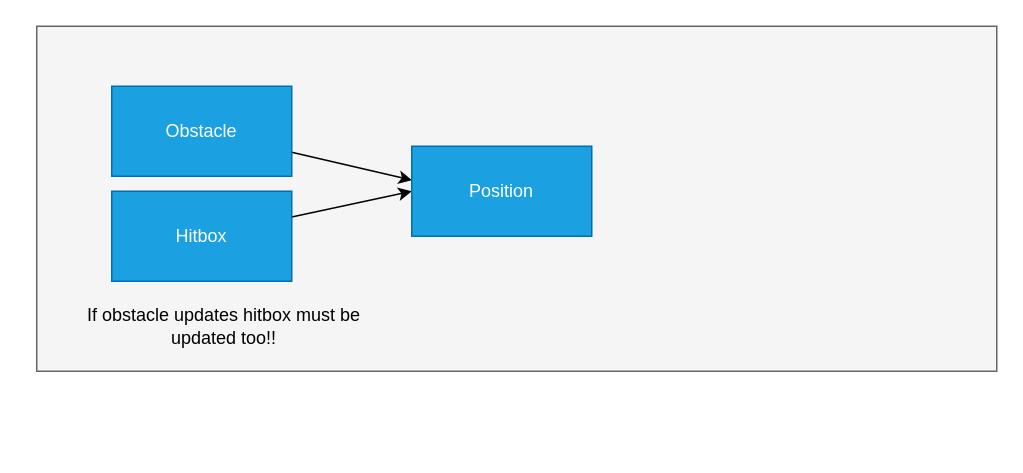
teko-L-TIN-22-Di-a/jump-dude keeps this draw.io diagram as page "Hitbox" (2 of 2) of docs/diagram.drawio. Above is the earlier version. Source tidied: cells renumbered, new cells numbered last; positions are measured from the earlier drawing's top-left corner, leaving out a move shared by most shapes. Both pictures are drawn from the tidied source at 150%, with x=0, y=0 at pixel (36, 26).
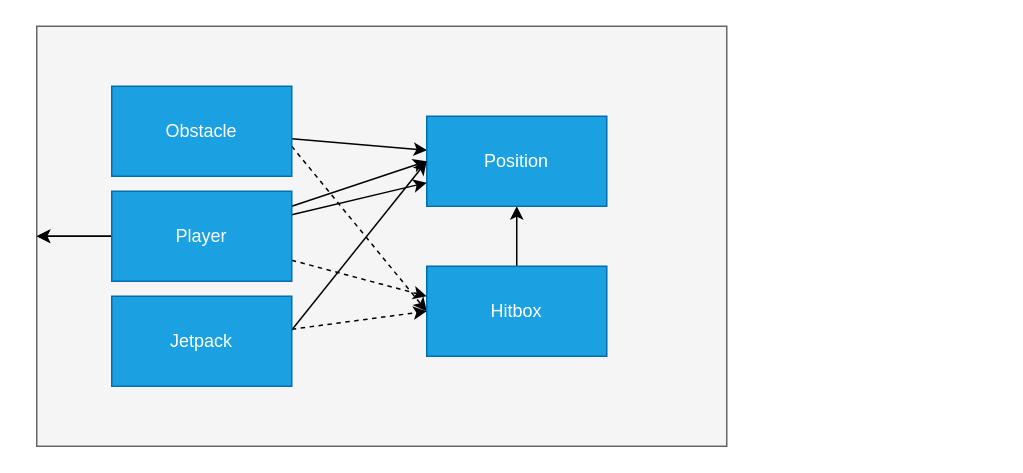
Above is the later version.

What changed in the source:
```diff
@@
     <mxCell id="2" style="whiteSpace=wrap;html=1;fillColor=#f5f5f5;fontColor=#333333;strokeColor=#666666;" parent="1" vertex="1">
-      <mxGeometry width="640" height="230" as="geometry" />
+      <mxGeometry width="460" height="280" as="geometry" />
     </mxCell>
@@
+    <mxCell id="10" style="edgeStyle=none;html=1;entryX=0;entryY=0.5;entryDx=0;entryDy=0;strokeColor=#000000;dashed=1;" parent="1" edge="1" target="7">
+      <mxGeometry relative="1" as="geometry">
+        <mxPoint x="170" y="80" as="sourcePoint" />
+      </mxGeometry>
+    </mxCell>
@@
-    <mxCell id="6" style="edgeStyle=none;html=1;entryX=0;entryY=0.5;entryDx=0;entryDy=0;strokeColor=#000000;" parent="1" edge="1" source="7" target="8">
+    <mxCell id="6" style="edgeStyle=none;html=1;entryX=0.5;entryY=1;entryDx=0;entryDy=0;strokeColor=#000000;" parent="1" edge="1" source="7" target="8">
       <mxGeometry relative="1" as="geometry" />
     </mxCell>
     <mxCell id="7" value="Hitbox" style="whiteSpace=wrap;html=1;fillColor=#1ba1e2;fontColor=#ffffff;strokeColor=#006EAF;" parent="1" vertex="1">
-      <mxGeometry x="50" y="110" width="120" height="60" as="geometry" />
+      <mxGeometry x="260" y="160" width="120" height="60" as="geometry" />
     </mxCell>
     <mxCell id="8" value="Position" style="whiteSpace=wrap;html=1;fillColor=#1ba1e2;fontColor=#ffffff;strokeColor=#006EAF;" parent="1" vertex="1">
-      <mxGeometry x="250" y="80" width="120" height="60" as="geometry" />
+      <mxGeometry x="260" y="60" width="120" height="60" as="geometry" />
     </mxCell>
-    <mxCell id="9" value="If obstacle updates hitbox must be updated too!!" style="text;strokeColor=none;align=center;fillColor=none;html=1;verticalAlign=middle;whiteSpace=wrap;rounded=0;fontColor=#000000;" parent="1" vertex="1">
-      <mxGeometry x="20" y="170" width="210" height="60" as="geometry" />
-    </mxCell>
+    <mxCell id="11" style="edgeStyle=none;html=1;" parent="1" edge="1" source="16" target="2">
+      <mxGeometry relative="1" as="geometry" />
+    </mxCell>
+    <mxCell id="12" style="edgeStyle=none;html=1;" parent="1" edge="1" source="16" target="8">
+      <mxGeometry relative="1" as="geometry" />
+    </mxCell>
+    <mxCell id="13" style="edgeStyle=none;html=1;" parent="1" edge="1" source="16" target="2">
+      <mxGeometry relative="1" as="geometry" />
+    </mxCell>
+    <mxCell id="14" style="edgeStyle=none;html=1;strokeColor=#000000;entryX=0;entryY=0.5;entryDx=0;entryDy=0;" parent="1" edge="1" source="16" target="8">
+      <mxGeometry relative="1" as="geometry" />
+    </mxCell>
+    <mxCell id="15" style="edgeStyle=none;html=1;strokeColor=#000000;dashed=1;" parent="1" edge="1" source="16">
+      <mxGeometry x="-0.24" y="-15" relative="1" as="geometry">
+        <mxPoint x="260" y="180" as="targetPoint" />
+      </mxGeometry>
+    </mxCell>
+    <mxCell id="16" value="Player" style="whiteSpace=wrap;html=1;fillColor=#1ba1e2;fontColor=#ffffff;strokeColor=#006EAF;" parent="1" vertex="1">
+      <mxGeometry x="50" y="110" width="120" height="60" as="geometry" />
+    </mxCell>
+    <mxCell id="17" style="edgeStyle=none;html=1;entryX=0;entryY=0.5;entryDx=0;entryDy=0;strokeColor=#000000;" parent="1" edge="1" target="8">
+      <mxGeometry relative="1" as="geometry">
+        <mxPoint x="156" y="220" as="sourcePoint" />
+      </mxGeometry>
+    </mxCell>
+    <mxCell id="18" style="edgeStyle=none;html=1;entryX=0;entryY=0.5;entryDx=0;entryDy=0;strokeColor=#000000;dashed=1;" parent="1" edge="1" source="19" target="7">
+      <mxGeometry relative="1" as="geometry" />
+    </mxCell>
+    <mxCell id="19" value="Jetpack" style="whiteSpace=wrap;html=1;fillColor=#1ba1e2;fontColor=#ffffff;strokeColor=#006EAF;" parent="1" vertex="1">
+      <mxGeometry x="50" y="180" width="120" height="60" as="geometry" />
+    </mxCell>
```
